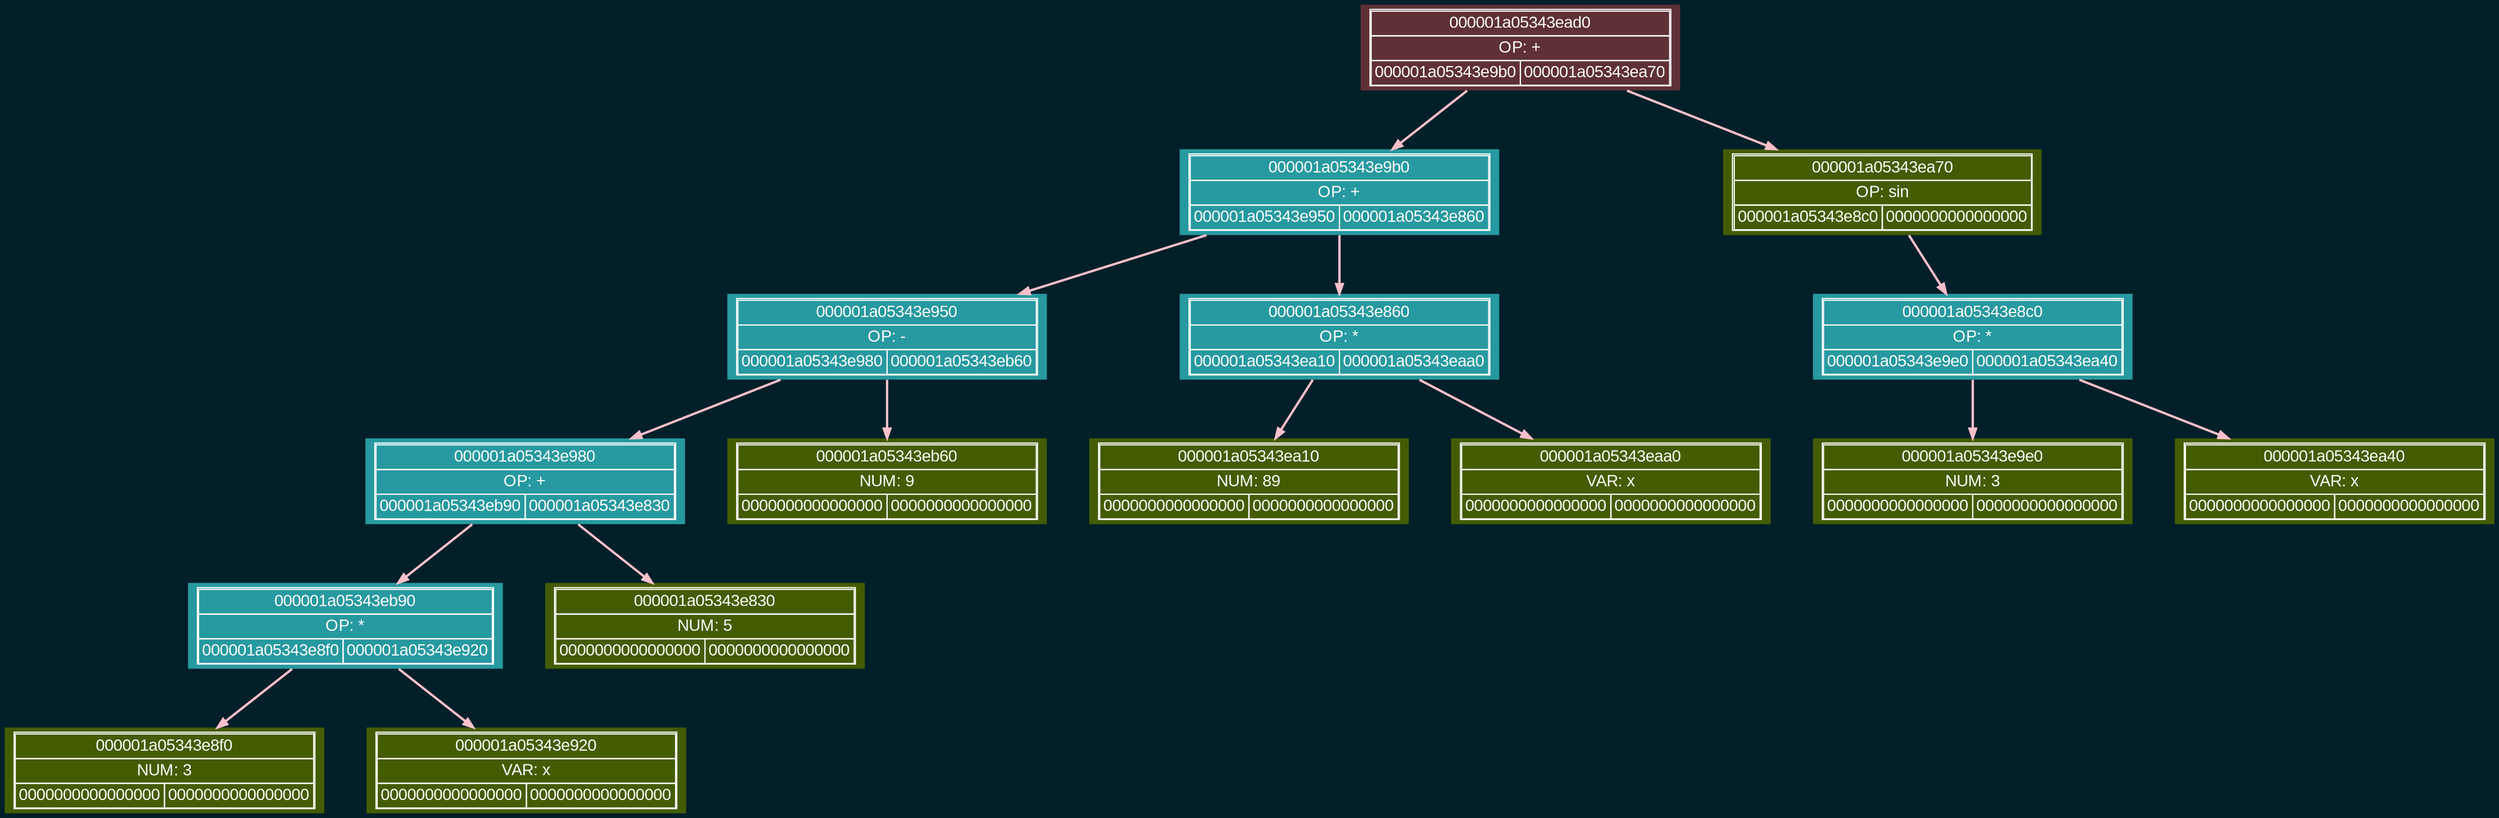
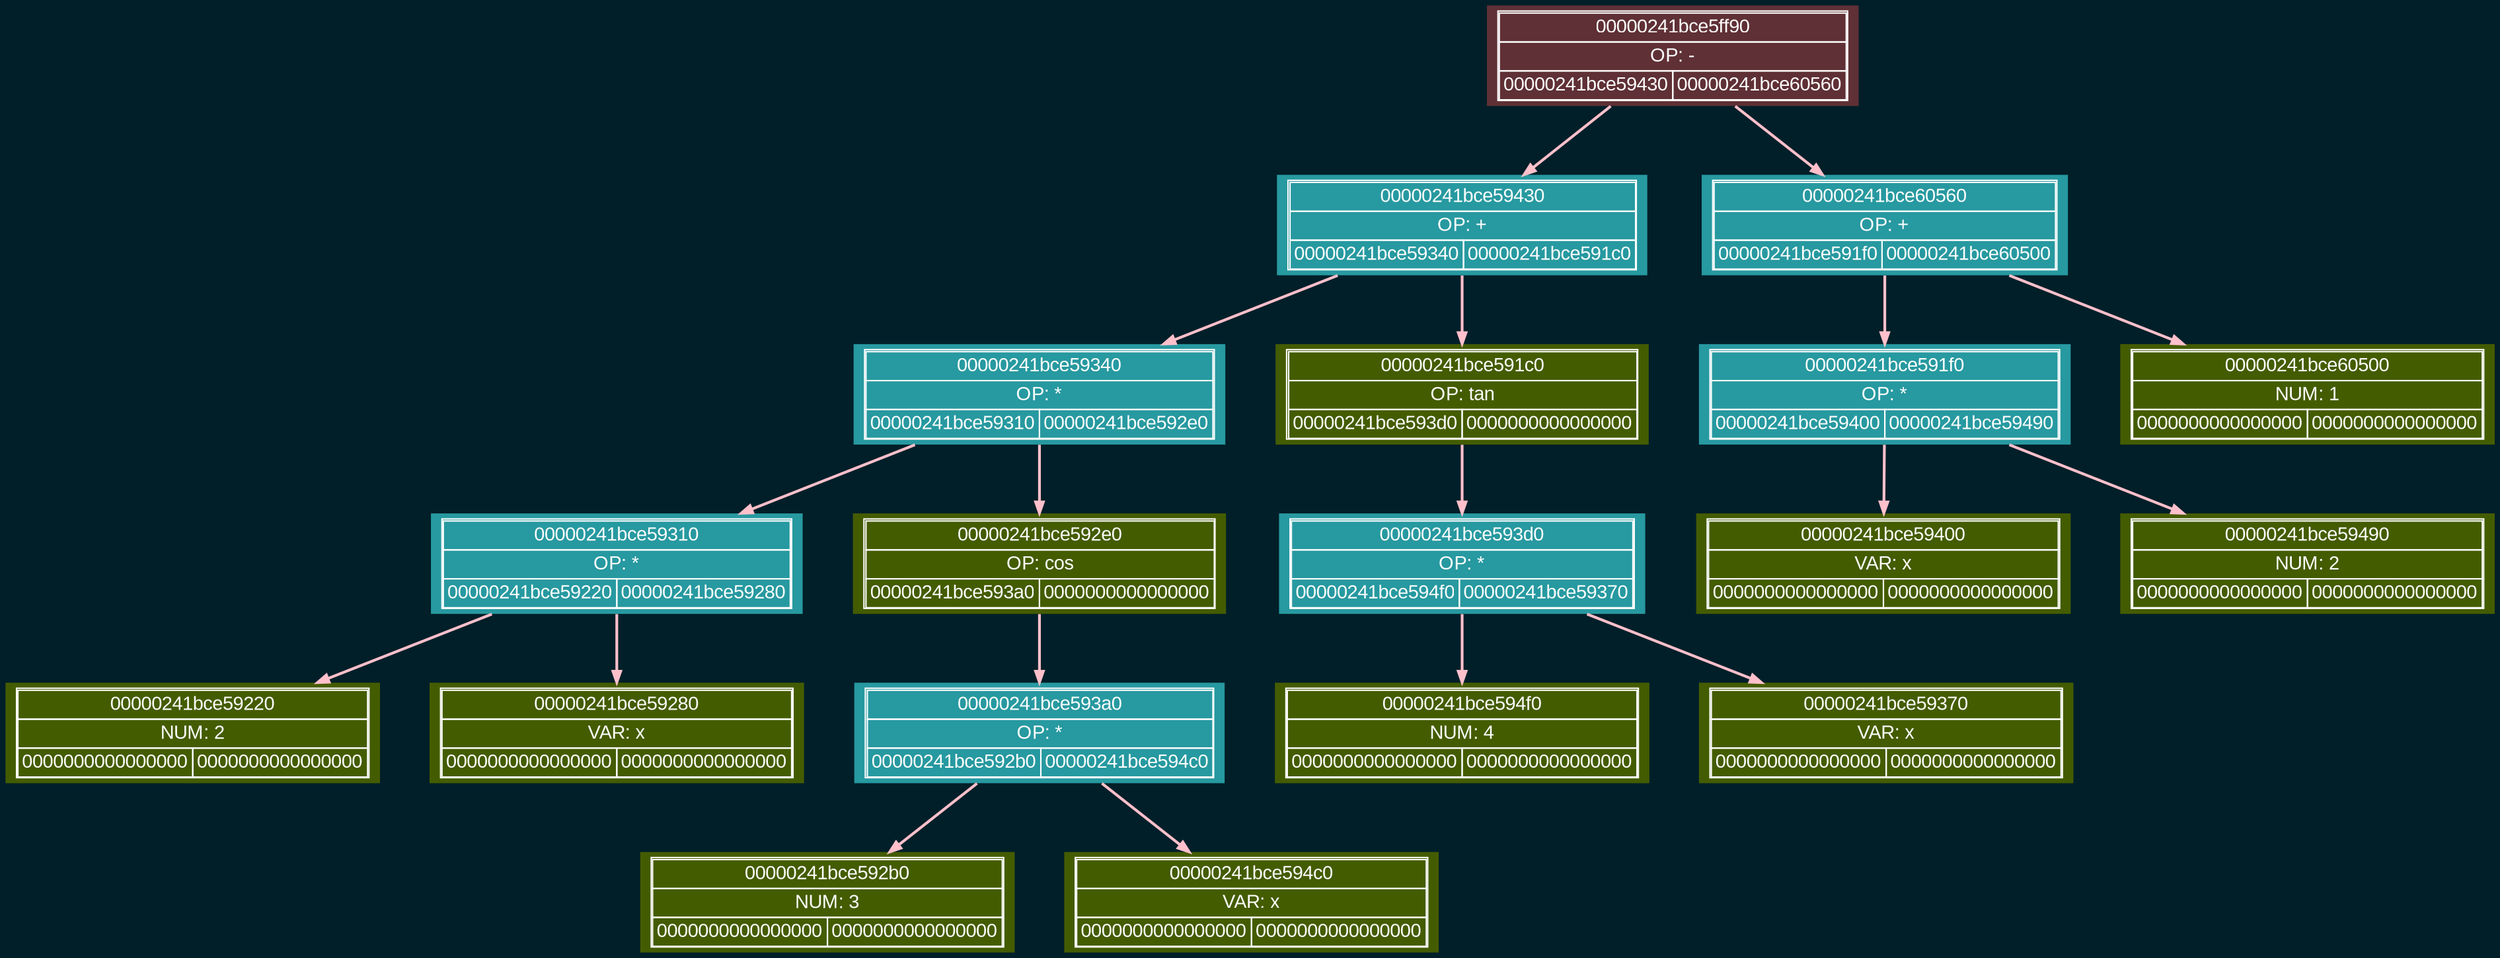
digraph tree{
    charset="UTF-8";
    bgcolor="#001f29";
     rankdir = TB;
    nodesep = 0.5;
    ranksep = 0.7;
    node [shape=plaintext, style=filled, fontname="Arial"];
    edge [fontname="Arial"];

    labelloc="t";
-     node000001a05343ead0 [label=<<TABLE BORDER='1' CELLBORDER='1' CELLSPACING='0'><TR><TD COLSPAN='2'>000001a05343ead0</TD></TR><TR><TD COLSPAN='2'>OP: +</TD></TR><TR><TD>000001a05343e9b0</TD><TD>000001a05343ea70</TD></TR></TABLE>>, fillcolor="#5f3035", color="#fdfdfd", fontcolor="#fdfdfd"];
-     node000001a05343e9b0 [label=<<TABLE BORDER='1' CELLBORDER='1' CELLSPACING='0'><TR><TD COLSPAN='2'>000001a05343e9b0</TD></TR><TR><TD COLSPAN='2'>OP: +</TD></TR><TR><TD>000001a05343e950</TD><TD>000001a05343e860</TD></TR></TABLE>>, fillcolor="#2799a0", color="#fdfdfd", fontcolor="#fdfdfd"];
-     node000001a05343e950 [label=<<TABLE BORDER='1' CELLBORDER='1' CELLSPACING='0'><TR><TD COLSPAN='2'>000001a05343e950</TD></TR><TR><TD COLSPAN='2'>OP: -</TD></TR><TR><TD>000001a05343e980</TD><TD>000001a05343eb60</TD></TR></TABLE>>, fillcolor="#2799a0", color="#fdfdfd", fontcolor="#fdfdfd"];
-     node000001a05343e980 [label=<<TABLE BORDER='1' CELLBORDER='1' CELLSPACING='0'><TR><TD COLSPAN='2'>000001a05343e980</TD></TR><TR><TD COLSPAN='2'>OP: +</TD></TR><TR><TD>000001a05343eb90</TD><TD>000001a05343e830</TD></TR></TABLE>>, fillcolor="#2799a0", color="#fdfdfd", fontcolor="#fdfdfd"];
-     node000001a05343eb90 [label=<<TABLE BORDER='1' CELLBORDER='1' CELLSPACING='0'><TR><TD COLSPAN='2'>000001a05343eb90</TD></TR><TR><TD COLSPAN='2'>OP: *</TD></TR><TR><TD>000001a05343e8f0</TD><TD>000001a05343e920</TD></TR></TABLE>>, fillcolor="#2799a0", color="#fdfdfd", fontcolor="#fdfdfd"];
-     node000001a05343e8f0 [label=<<TABLE BORDER='1' CELLBORDER='1' CELLSPACING='0'><TR><TD COLSPAN='2'>000001a05343e8f0</TD></TR><TR><TD COLSPAN='2'>NUM: 3</TD></TR><TR><TD>0000000000000000</TD><TD>0000000000000000</TD></TR></TABLE>>, fillcolor="#445c00", color="#fdfdfd", fontcolor="#fdfdfd"];
-     node000001a05343e920 [label=<<TABLE BORDER='1' CELLBORDER='1' CELLSPACING='0'><TR><TD COLSPAN='2'>000001a05343e920</TD></TR><TR><TD COLSPAN='2'>VAR: x</TD></TR><TR><TD>0000000000000000</TD><TD>0000000000000000</TD></TR></TABLE>>, fillcolor="#445c00", color="#fdfdfd", fontcolor="#fdfdfd"];
-     node000001a05343e830 [label=<<TABLE BORDER='1' CELLBORDER='1' CELLSPACING='0'><TR><TD COLSPAN='2'>000001a05343e830</TD></TR><TR><TD COLSPAN='2'>NUM: 5</TD></TR><TR><TD>0000000000000000</TD><TD>0000000000000000</TD></TR></TABLE>>, fillcolor="#445c00", color="#fdfdfd", fontcolor="#fdfdfd"];
-     node000001a05343eb60 [label=<<TABLE BORDER='1' CELLBORDER='1' CELLSPACING='0'><TR><TD COLSPAN='2'>000001a05343eb60</TD></TR><TR><TD COLSPAN='2'>NUM: 9</TD></TR><TR><TD>0000000000000000</TD><TD>0000000000000000</TD></TR></TABLE>>, fillcolor="#445c00", color="#fdfdfd", fontcolor="#fdfdfd"];
-     node000001a05343e860 [label=<<TABLE BORDER='1' CELLBORDER='1' CELLSPACING='0'><TR><TD COLSPAN='2'>000001a05343e860</TD></TR><TR><TD COLSPAN='2'>OP: *</TD></TR><TR><TD>000001a05343ea10</TD><TD>000001a05343eaa0</TD></TR></TABLE>>, fillcolor="#2799a0", color="#fdfdfd", fontcolor="#fdfdfd"];
-     node000001a05343ea10 [label=<<TABLE BORDER='1' CELLBORDER='1' CELLSPACING='0'><TR><TD COLSPAN='2'>000001a05343ea10</TD></TR><TR><TD COLSPAN='2'>NUM: 89</TD></TR><TR><TD>0000000000000000</TD><TD>0000000000000000</TD></TR></TABLE>>, fillcolor="#445c00", color="#fdfdfd", fontcolor="#fdfdfd"];
-     node000001a05343eaa0 [label=<<TABLE BORDER='1' CELLBORDER='1' CELLSPACING='0'><TR><TD COLSPAN='2'>000001a05343eaa0</TD></TR><TR><TD COLSPAN='2'>VAR: x</TD></TR><TR><TD>0000000000000000</TD><TD>0000000000000000</TD></TR></TABLE>>, fillcolor="#445c00", color="#fdfdfd", fontcolor="#fdfdfd"];
-     node000001a05343ea70 [label=<<TABLE BORDER='1' CELLBORDER='1' CELLSPACING='0'><TR><TD COLSPAN='2'>000001a05343ea70</TD></TR><TR><TD COLSPAN='2'>OP: sin</TD></TR><TR><TD>000001a05343e8c0</TD><TD>0000000000000000</TD></TR></TABLE>>, fillcolor="#445c00", color="#fdfdfd", fontcolor="#fdfdfd"];
-     node000001a05343e8c0 [label=<<TABLE BORDER='1' CELLBORDER='1' CELLSPACING='0'><TR><TD COLSPAN='2'>000001a05343e8c0</TD></TR><TR><TD COLSPAN='2'>OP: *</TD></TR><TR><TD>000001a05343e9e0</TD><TD>000001a05343ea40</TD></TR></TABLE>>, fillcolor="#2799a0", color="#fdfdfd", fontcolor="#fdfdfd"];
-     node000001a05343e9e0 [label=<<TABLE BORDER='1' CELLBORDER='1' CELLSPACING='0'><TR><TD COLSPAN='2'>000001a05343e9e0</TD></TR><TR><TD COLSPAN='2'>NUM: 3</TD></TR><TR><TD>0000000000000000</TD><TD>0000000000000000</TD></TR></TABLE>>, fillcolor="#445c00", color="#fdfdfd", fontcolor="#fdfdfd"];
-     node000001a05343ea40 [label=<<TABLE BORDER='1' CELLBORDER='1' CELLSPACING='0'><TR><TD COLSPAN='2'>000001a05343ea40</TD></TR><TR><TD COLSPAN='2'>VAR: x</TD></TR><TR><TD>0000000000000000</TD><TD>0000000000000000</TD></TR></TABLE>>, fillcolor="#445c00", color="#fdfdfd", fontcolor="#fdfdfd"];
-     node000001a05343ead0 -> node000001a05343e9b0 [color="pink", penwidth=2, fontcolor="pink", fontsize=12, arrowsize=0.8];
-     node000001a05343ead0 -> node000001a05343ea70 [color="pink", penwidth=2, fontcolor="pink", fontsize=12, arrowsize=0.8];
-     node000001a05343e9b0 -> node000001a05343e950 [color="pink", penwidth=2, fontcolor="pink", fontsize=12, arrowsize=0.8];
-     node000001a05343e9b0 -> node000001a05343e860 [color="pink", penwidth=2, fontcolor="pink", fontsize=12, arrowsize=0.8];
-     node000001a05343e950 -> node000001a05343e980 [color="pink", penwidth=2, fontcolor="pink", fontsize=12, arrowsize=0.8];
-     node000001a05343e950 -> node000001a05343eb60 [color="pink", penwidth=2, fontcolor="pink", fontsize=12, arrowsize=0.8];
-     node000001a05343e980 -> node000001a05343eb90 [color="pink", penwidth=2, fontcolor="pink", fontsize=12, arrowsize=0.8];
-     node000001a05343e980 -> node000001a05343e830 [color="pink", penwidth=2, fontcolor="pink", fontsize=12, arrowsize=0.8];
-     node000001a05343eb90 -> node000001a05343e8f0 [color="pink", penwidth=2, fontcolor="pink", fontsize=12, arrowsize=0.8];
-     node000001a05343eb90 -> node000001a05343e920 [color="pink", penwidth=2, fontcolor="pink", fontsize=12, arrowsize=0.8];
-     node000001a05343e860 -> node000001a05343ea10 [color="pink", penwidth=2, fontcolor="pink", fontsize=12, arrowsize=0.8];
-     node000001a05343e860 -> node000001a05343eaa0 [color="pink", penwidth=2, fontcolor="pink", fontsize=12, arrowsize=0.8];
-     node000001a05343ea70 -> node000001a05343e8c0 [color="pink", penwidth=2, fontcolor="pink", fontsize=12, arrowsize=0.8];
-     node000001a05343e8c0 -> node000001a05343e9e0 [color="pink", penwidth=2, fontcolor="pink", fontsize=12, arrowsize=0.8];
-     node000001a05343e8c0 -> node000001a05343ea40 [color="pink", penwidth=2, fontcolor="pink", fontsize=12, arrowsize=0.8];
+     node00000241bce5ff90 [label=<<TABLE BORDER='1' CELLBORDER='1' CELLSPACING='0'><TR><TD COLSPAN='2'>00000241bce5ff90</TD></TR><TR><TD COLSPAN='2'>OP: -</TD></TR><TR><TD>00000241bce59430</TD><TD>00000241bce60560</TD></TR></TABLE>>, fillcolor="#5f3035", color="#fdfdfd", fontcolor="#fdfdfd"];
+     node00000241bce59430 [label=<<TABLE BORDER='1' CELLBORDER='1' CELLSPACING='0'><TR><TD COLSPAN='2'>00000241bce59430</TD></TR><TR><TD COLSPAN='2'>OP: +</TD></TR><TR><TD>00000241bce59340</TD><TD>00000241bce591c0</TD></TR></TABLE>>, fillcolor="#2799a0", color="#fdfdfd", fontcolor="#fdfdfd"];
+     node00000241bce59340 [label=<<TABLE BORDER='1' CELLBORDER='1' CELLSPACING='0'><TR><TD COLSPAN='2'>00000241bce59340</TD></TR><TR><TD COLSPAN='2'>OP: *</TD></TR><TR><TD>00000241bce59310</TD><TD>00000241bce592e0</TD></TR></TABLE>>, fillcolor="#2799a0", color="#fdfdfd", fontcolor="#fdfdfd"];
+     node00000241bce59310 [label=<<TABLE BORDER='1' CELLBORDER='1' CELLSPACING='0'><TR><TD COLSPAN='2'>00000241bce59310</TD></TR><TR><TD COLSPAN='2'>OP: *</TD></TR><TR><TD>00000241bce59220</TD><TD>00000241bce59280</TD></TR></TABLE>>, fillcolor="#2799a0", color="#fdfdfd", fontcolor="#fdfdfd"];
+     node00000241bce59220 [label=<<TABLE BORDER='1' CELLBORDER='1' CELLSPACING='0'><TR><TD COLSPAN='2'>00000241bce59220</TD></TR><TR><TD COLSPAN='2'>NUM: 2</TD></TR><TR><TD>0000000000000000</TD><TD>0000000000000000</TD></TR></TABLE>>, fillcolor="#445c00", color="#fdfdfd", fontcolor="#fdfdfd"];
+     node00000241bce59280 [label=<<TABLE BORDER='1' CELLBORDER='1' CELLSPACING='0'><TR><TD COLSPAN='2'>00000241bce59280</TD></TR><TR><TD COLSPAN='2'>VAR: x</TD></TR><TR><TD>0000000000000000</TD><TD>0000000000000000</TD></TR></TABLE>>, fillcolor="#445c00", color="#fdfdfd", fontcolor="#fdfdfd"];
+     node00000241bce592e0 [label=<<TABLE BORDER='1' CELLBORDER='1' CELLSPACING='0'><TR><TD COLSPAN='2'>00000241bce592e0</TD></TR><TR><TD COLSPAN='2'>OP: cos</TD></TR><TR><TD>00000241bce593a0</TD><TD>0000000000000000</TD></TR></TABLE>>, fillcolor="#445c00", color="#fdfdfd", fontcolor="#fdfdfd"];
+     node00000241bce593a0 [label=<<TABLE BORDER='1' CELLBORDER='1' CELLSPACING='0'><TR><TD COLSPAN='2'>00000241bce593a0</TD></TR><TR><TD COLSPAN='2'>OP: *</TD></TR><TR><TD>00000241bce592b0</TD><TD>00000241bce594c0</TD></TR></TABLE>>, fillcolor="#2799a0", color="#fdfdfd", fontcolor="#fdfdfd"];
+     node00000241bce592b0 [label=<<TABLE BORDER='1' CELLBORDER='1' CELLSPACING='0'><TR><TD COLSPAN='2'>00000241bce592b0</TD></TR><TR><TD COLSPAN='2'>NUM: 3</TD></TR><TR><TD>0000000000000000</TD><TD>0000000000000000</TD></TR></TABLE>>, fillcolor="#445c00", color="#fdfdfd", fontcolor="#fdfdfd"];
+     node00000241bce594c0 [label=<<TABLE BORDER='1' CELLBORDER='1' CELLSPACING='0'><TR><TD COLSPAN='2'>00000241bce594c0</TD></TR><TR><TD COLSPAN='2'>VAR: x</TD></TR><TR><TD>0000000000000000</TD><TD>0000000000000000</TD></TR></TABLE>>, fillcolor="#445c00", color="#fdfdfd", fontcolor="#fdfdfd"];
+     node00000241bce591c0 [label=<<TABLE BORDER='1' CELLBORDER='1' CELLSPACING='0'><TR><TD COLSPAN='2'>00000241bce591c0</TD></TR><TR><TD COLSPAN='2'>OP: tan</TD></TR><TR><TD>00000241bce593d0</TD><TD>0000000000000000</TD></TR></TABLE>>, fillcolor="#445c00", color="#fdfdfd", fontcolor="#fdfdfd"];
+     node00000241bce593d0 [label=<<TABLE BORDER='1' CELLBORDER='1' CELLSPACING='0'><TR><TD COLSPAN='2'>00000241bce593d0</TD></TR><TR><TD COLSPAN='2'>OP: *</TD></TR><TR><TD>00000241bce594f0</TD><TD>00000241bce59370</TD></TR></TABLE>>, fillcolor="#2799a0", color="#fdfdfd", fontcolor="#fdfdfd"];
+     node00000241bce594f0 [label=<<TABLE BORDER='1' CELLBORDER='1' CELLSPACING='0'><TR><TD COLSPAN='2'>00000241bce594f0</TD></TR><TR><TD COLSPAN='2'>NUM: 4</TD></TR><TR><TD>0000000000000000</TD><TD>0000000000000000</TD></TR></TABLE>>, fillcolor="#445c00", color="#fdfdfd", fontcolor="#fdfdfd"];
+     node00000241bce59370 [label=<<TABLE BORDER='1' CELLBORDER='1' CELLSPACING='0'><TR><TD COLSPAN='2'>00000241bce59370</TD></TR><TR><TD COLSPAN='2'>VAR: x</TD></TR><TR><TD>0000000000000000</TD><TD>0000000000000000</TD></TR></TABLE>>, fillcolor="#445c00", color="#fdfdfd", fontcolor="#fdfdfd"];
+     node00000241bce60560 [label=<<TABLE BORDER='1' CELLBORDER='1' CELLSPACING='0'><TR><TD COLSPAN='2'>00000241bce60560</TD></TR><TR><TD COLSPAN='2'>OP: +</TD></TR><TR><TD>00000241bce591f0</TD><TD>00000241bce60500</TD></TR></TABLE>>, fillcolor="#2799a0", color="#fdfdfd", fontcolor="#fdfdfd"];
+     node00000241bce591f0 [label=<<TABLE BORDER='1' CELLBORDER='1' CELLSPACING='0'><TR><TD COLSPAN='2'>00000241bce591f0</TD></TR><TR><TD COLSPAN='2'>OP: *</TD></TR><TR><TD>00000241bce59400</TD><TD>00000241bce59490</TD></TR></TABLE>>, fillcolor="#2799a0", color="#fdfdfd", fontcolor="#fdfdfd"];
+     node00000241bce59400 [label=<<TABLE BORDER='1' CELLBORDER='1' CELLSPACING='0'><TR><TD COLSPAN='2'>00000241bce59400</TD></TR><TR><TD COLSPAN='2'>VAR: x</TD></TR><TR><TD>0000000000000000</TD><TD>0000000000000000</TD></TR></TABLE>>, fillcolor="#445c00", color="#fdfdfd", fontcolor="#fdfdfd"];
+     node00000241bce59490 [label=<<TABLE BORDER='1' CELLBORDER='1' CELLSPACING='0'><TR><TD COLSPAN='2'>00000241bce59490</TD></TR><TR><TD COLSPAN='2'>NUM: 2</TD></TR><TR><TD>0000000000000000</TD><TD>0000000000000000</TD></TR></TABLE>>, fillcolor="#445c00", color="#fdfdfd", fontcolor="#fdfdfd"];
+     node00000241bce60500 [label=<<TABLE BORDER='1' CELLBORDER='1' CELLSPACING='0'><TR><TD COLSPAN='2'>00000241bce60500</TD></TR><TR><TD COLSPAN='2'>NUM: 1</TD></TR><TR><TD>0000000000000000</TD><TD>0000000000000000</TD></TR></TABLE>>, fillcolor="#445c00", color="#fdfdfd", fontcolor="#fdfdfd"];
+     node00000241bce5ff90 -> node00000241bce59430 [color="pink", penwidth=2, fontcolor="pink", fontsize=12, arrowsize=0.8];
+     node00000241bce5ff90 -> node00000241bce60560 [color="pink", penwidth=2, fontcolor="pink", fontsize=12, arrowsize=0.8];
+     node00000241bce59430 -> node00000241bce59340 [color="pink", penwidth=2, fontcolor="pink", fontsize=12, arrowsize=0.8];
+     node00000241bce59430 -> node00000241bce591c0 [color="pink", penwidth=2, fontcolor="pink", fontsize=12, arrowsize=0.8];
+     node00000241bce59340 -> node00000241bce59310 [color="pink", penwidth=2, fontcolor="pink", fontsize=12, arrowsize=0.8];
+     node00000241bce59340 -> node00000241bce592e0 [color="pink", penwidth=2, fontcolor="pink", fontsize=12, arrowsize=0.8];
+     node00000241bce59310 -> node00000241bce59220 [color="pink", penwidth=2, fontcolor="pink", fontsize=12, arrowsize=0.8];
+     node00000241bce59310 -> node00000241bce59280 [color="pink", penwidth=2, fontcolor="pink", fontsize=12, arrowsize=0.8];
+     node00000241bce592e0 -> node00000241bce593a0 [color="pink", penwidth=2, fontcolor="pink", fontsize=12, arrowsize=0.8];
+     node00000241bce593a0 -> node00000241bce592b0 [color="pink", penwidth=2, fontcolor="pink", fontsize=12, arrowsize=0.8];
+     node00000241bce593a0 -> node00000241bce594c0 [color="pink", penwidth=2, fontcolor="pink", fontsize=12, arrowsize=0.8];
+     node00000241bce591c0 -> node00000241bce593d0 [color="pink", penwidth=2, fontcolor="pink", fontsize=12, arrowsize=0.8];
+     node00000241bce593d0 -> node00000241bce594f0 [color="pink", penwidth=2, fontcolor="pink", fontsize=12, arrowsize=0.8];
+     node00000241bce593d0 -> node00000241bce59370 [color="pink", penwidth=2, fontcolor="pink", fontsize=12, arrowsize=0.8];
+     node00000241bce60560 -> node00000241bce591f0 [color="pink", penwidth=2, fontcolor="pink", fontsize=12, arrowsize=0.8];
+     node00000241bce60560 -> node00000241bce60500 [color="pink", penwidth=2, fontcolor="pink", fontsize=12, arrowsize=0.8];
+     node00000241bce591f0 -> node00000241bce59400 [color="pink", penwidth=2, fontcolor="pink", fontsize=12, arrowsize=0.8];
+     node00000241bce591f0 -> node00000241bce59490 [color="pink", penwidth=2, fontcolor="pink", fontsize=12, arrowsize=0.8];
}
